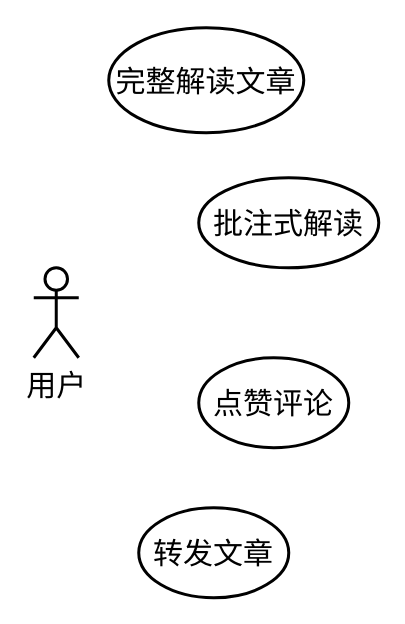
Before: 2024-BUAA-SE/需求规格书/成果解读模块-用例图.drawio in jongsh/drawio, a draw.io diagram. Source tidied: cells renumbered, new cells numbered last; positions are measured from the earlier drawing's top-left corner, leaving out a move shared by most shapes. Both pictures are drawn from the tidied source at 150%, with x=0, y=0 at pixel (33, 27).
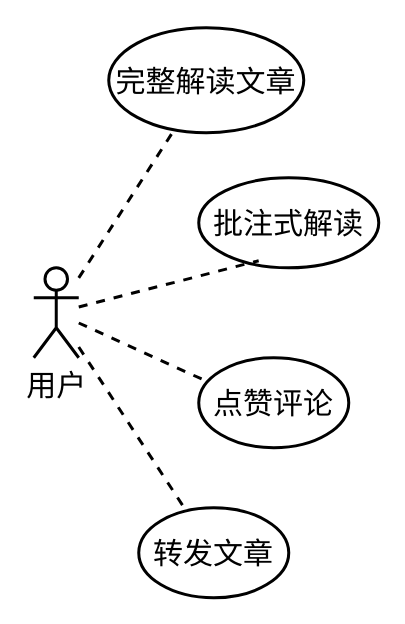
Above is the later version.

Commit message:
完成成果解读模块-用例图.drawio

Diff of the diagram source:
```diff
@@
 <mxGraphModel>
   <root>
     <mxCell id="0" />
     <mxCell id="1" parent="0" />
     <mxCell id="2" value="用户" style="shape=umlActor;verticalLabelPosition=bottom;verticalAlign=top;html=1;outlineConnect=0;strokeWidth=2;fontSize=20;" parent="1" vertex="1">
       <mxGeometry y="160" width="30" height="60" as="geometry" />
     </mxCell>
     <mxCell id="3" value="完整解读文章" style="ellipse;whiteSpace=wrap;html=1;strokeWidth=2;fontSize=20;" parent="1" vertex="1">
       <mxGeometry x="50" width="130" height="70" as="geometry" />
     </mxCell>
     <mxCell id="4" value="批注式解读" style="ellipse;whiteSpace=wrap;html=1;strokeWidth=2;fontSize=20;" parent="1" vertex="1">
       <mxGeometry x="110" y="100" width="120" height="60" as="geometry" />
     </mxCell>
     <mxCell id="5" value="点赞评论" style="ellipse;whiteSpace=wrap;html=1;strokeWidth=2;fontSize=20;" parent="1" vertex="1">
       <mxGeometry x="110" y="220" width="100" height="60" as="geometry" />
     </mxCell>
     <mxCell id="6" value="转发文章" style="ellipse;whiteSpace=wrap;html=1;strokeWidth=2;fontSize=20;" parent="1" vertex="1">
       <mxGeometry x="70" y="320" width="100" height="60" as="geometry" />
     </mxCell>
+    <mxCell id="7" style="endArrow=none;dashed=1;html=1;rounded=0;fontSize=20;strokeWidth=2;" parent="1" edge="1" source="2" target="3">
+      <mxGeometry relative="1" as="geometry" />
+    </mxCell>
+    <mxCell id="8" style="endArrow=none;dashed=1;html=1;rounded=0;entryX=0.333;entryY=0.922;entryDx=0;entryDy=0;entryPerimeter=0;fontSize=20;strokeWidth=2;" parent="1" edge="1" source="2" target="4">
+      <mxGeometry relative="1" as="geometry" />
+    </mxCell>
+    <mxCell id="9" style="endArrow=none;dashed=1;html=1;rounded=0;entryX=0.06;entryY=0.267;entryDx=0;entryDy=0;entryPerimeter=0;fontSize=20;strokeWidth=2;" parent="1" edge="1" source="2" target="5">
+      <mxGeometry relative="1" as="geometry" />
+    </mxCell>
+    <mxCell id="10" style="endArrow=none;dashed=1;html=1;rounded=0;fontSize=20;strokeWidth=2;" parent="1" edge="1" source="2" target="6">
+      <mxGeometry relative="1" as="geometry" />
+    </mxCell>
   </root>
 </mxGraphModel>
```
